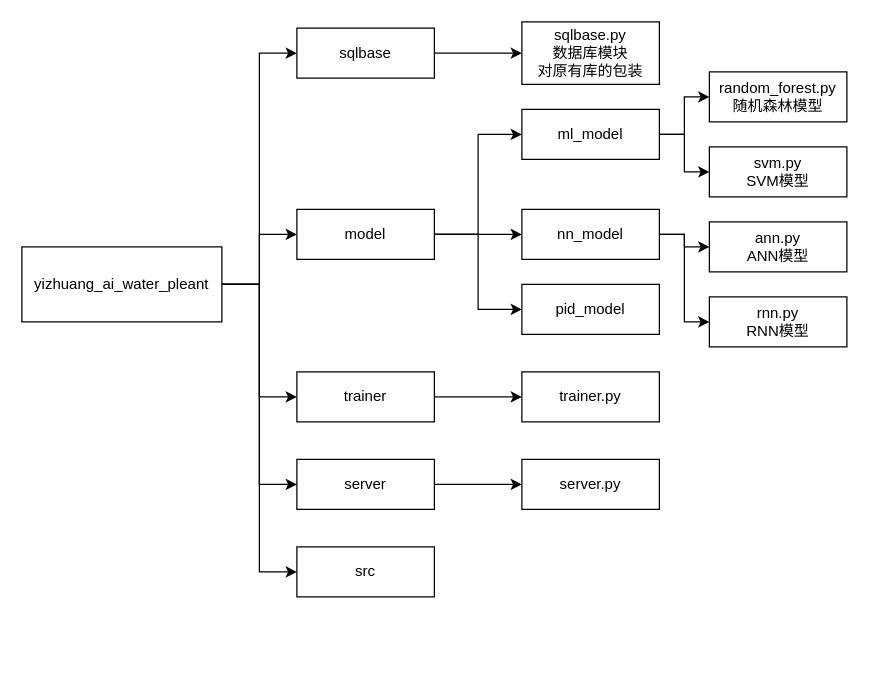
mfzhang/ai_water_quality_yizhuang keeps this draw.io diagram as project_yizhuang.drawio. Above is the earlier version. Source tidied: cells renumbered, new cells numbered last; positions are measured from the earlier drawing's top-left corner, leaving out a move shared by most shapes. Both pictures are drawn from the tidied source at 125%, with x=0, y=0 at pixel (21, 21).
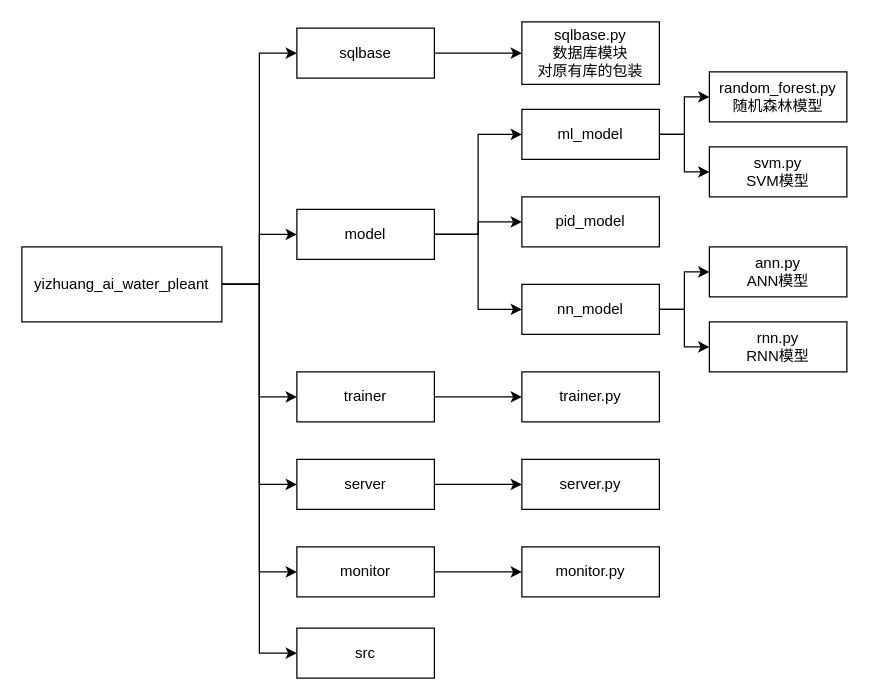
The same diagram, later.

The change refers to these unchanged cells:
```xml
<mxCell id="7" value="yizhuang_ai_water_pleant" style="rounded=0;whiteSpace=wrap;html=1;" parent="1" vertex="1">
  <mxGeometry y="180" width="160" height="60" as="geometry" />
</mxCell>
```

Change to the diagram source:
```diff
@@
     <mxCell id="15" value="src" style="rounded=0;whiteSpace=wrap;html=1;" parent="1" vertex="1">
-      <mxGeometry x="220" y="420" width="110" height="40" as="geometry" />
+      <mxGeometry x="220" y="485" width="110" height="40" as="geometry" />
     </mxCell>
@@
-    <mxCell id="21" style="edgeStyle=orthogonalEdgeStyle;rounded=0;jettySize=auto;html=1;exitX=1;exitY=0.5;exitDx=0;exitDy=0;entryX=0;entryY=0.5;entryDx=0;entryDy=0;" parent="1" edge="1" source="23" target="29">
-      <mxGeometry relative="1" as="geometry" />
+    <mxCell id="21" style="edgeStyle=orthogonalEdgeStyle;rounded=0;jettySize=auto;html=1;exitX=1;exitY=0.75;exitDx=0;exitDy=0;entryX=0;entryY=0.5;entryDx=0;entryDy=0;" parent="1" edge="1" source="24" target="29">
+      <mxGeometry relative="1" as="geometry">
+        <Array as="points">
+          <mxPoint x="510" y="230" />
+          <mxPoint x="530" y="230" />
+          <mxPoint x="530" y="200" />
+        </Array>
+      </mxGeometry>
     </mxCell>
-    <mxCell id="22" style="edgeStyle=orthogonalEdgeStyle;rounded=0;jettySize=auto;html=1;exitX=1;exitY=0.5;exitDx=0;exitDy=0;entryX=0;entryY=0.5;entryDx=0;entryDy=0;" parent="1" edge="1" source="23" target="30">
-      <mxGeometry relative="1" as="geometry" />
+    <mxCell id="22" style="edgeStyle=orthogonalEdgeStyle;rounded=0;jettySize=auto;html=1;exitX=1;exitY=0.5;exitDx=0;exitDy=0;entryX=0;entryY=0.5;entryDx=0;entryDy=0;" parent="1" edge="1" source="24" target="30">
+      <mxGeometry relative="1" as="geometry">
+        <Array as="points">
+          <mxPoint x="530" y="230" />
+          <mxPoint x="530" y="260" />
+        </Array>
+      </mxGeometry>
     </mxCell>
-    <mxCell id="23" value="nn_model" style="rounded=0;whiteSpace=wrap;html=1;" parent="1" vertex="1">
-      <mxGeometry x="400" y="150" width="110" height="40" as="geometry" />
+    <mxCell id="23" value="pid_model" style="rounded=0;whiteSpace=wrap;html=1;" parent="1" vertex="1">
+      <mxGeometry x="400" y="140" width="110" height="40" as="geometry" />
     </mxCell>
-    <mxCell id="24" value="pid_model" style="rounded=0;whiteSpace=wrap;html=1;" parent="1" vertex="1">
+    <mxCell id="24" value="nn_model" style="rounded=0;whiteSpace=wrap;html=1;" parent="1" vertex="1">
       <mxGeometry x="400" y="210" width="110" height="40" as="geometry" />
     </mxCell>
@@
     <mxCell id="29" value="ann.py&lt;br&gt;ANN模型" style="rounded=0;whiteSpace=wrap;html=1;" parent="1" vertex="1">
-      <mxGeometry x="550" y="160" width="110" height="40" as="geometry" />
+      <mxGeometry x="550" y="180" width="110" height="40" as="geometry" />
     </mxCell>
     <mxCell id="30" value="rnn.py&lt;br&gt;RNN模型" style="rounded=0;whiteSpace=wrap;html=1;" parent="1" vertex="1">
-      <mxGeometry x="550" y="220" width="110" height="40" as="geometry" />
+      <mxGeometry x="550" y="240" width="110" height="40" as="geometry" />
     </mxCell>
@@
+    <mxCell id="33" style="edgeStyle=orthogonalEdgeStyle;rounded=0;jettySize=auto;html=1;exitX=1;exitY=0.5;exitDx=0;exitDy=0;entryX=0;entryY=0.5;entryDx=0;entryDy=0;" parent="1" edge="1" source="7" target="35">
+      <mxGeometry relative="1" as="geometry" />
+    </mxCell>
+    <mxCell id="34" style="edgeStyle=orthogonalEdgeStyle;rounded=0;jettySize=auto;html=1;exitX=1;exitY=0.5;exitDx=0;exitDy=0;" parent="1" edge="1" source="35" target="36">
+      <mxGeometry relative="1" as="geometry" />
+    </mxCell>
+    <mxCell id="35" value="monitor" style="rounded=0;whiteSpace=wrap;html=1;" parent="1" vertex="1">
+      <mxGeometry x="220" y="420" width="110" height="40" as="geometry" />
+    </mxCell>
+    <mxCell id="36" value="monitor.py" style="rounded=0;whiteSpace=wrap;html=1;" parent="1" vertex="1">
+      <mxGeometry x="400" y="420" width="110" height="40" as="geometry" />
+    </mxCell>
```
